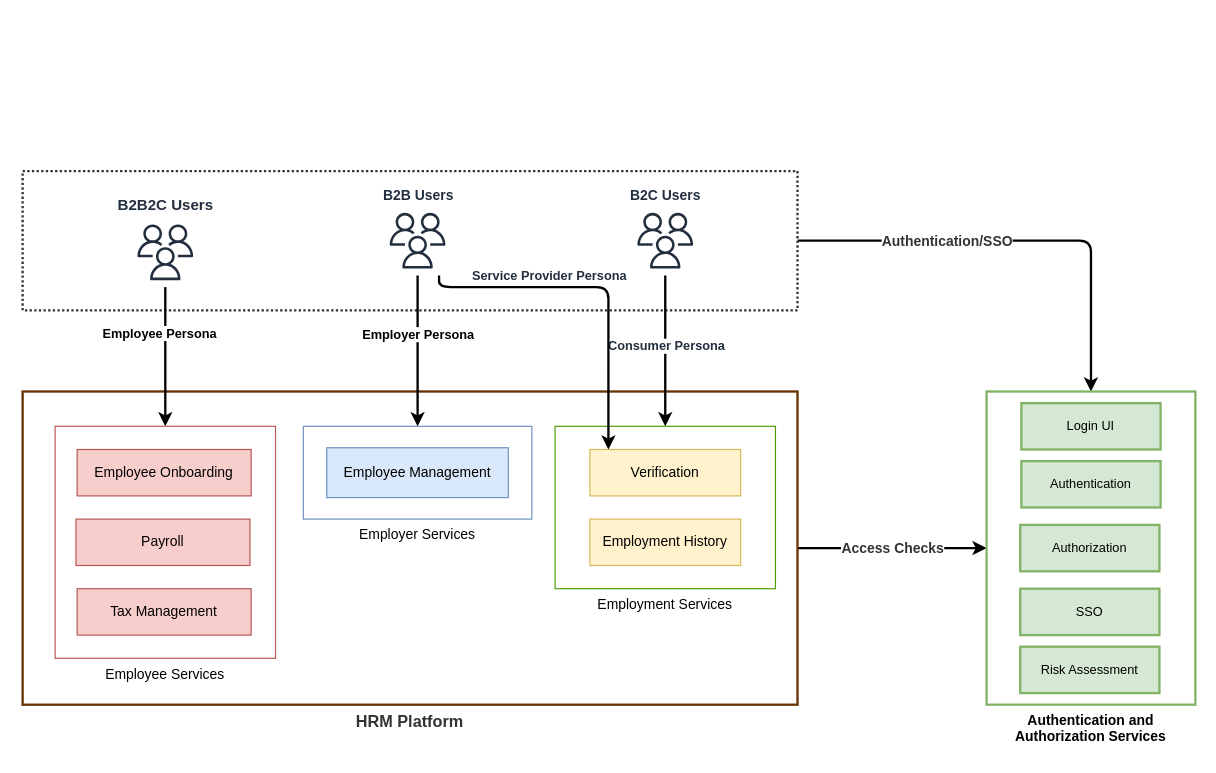
Earlier version of the draw.io diagram terraform/Logical-Context.drawio (radev-66/gcp-poc). Source tidied: cells renumbered, new cells numbered last; positions are measured from the earlier drawing's top-left corner, leaving out a move shared by most shapes. Both pictures are drawn from the tidied source at 116%, with x=0, y=0 at pixel (22, 171).
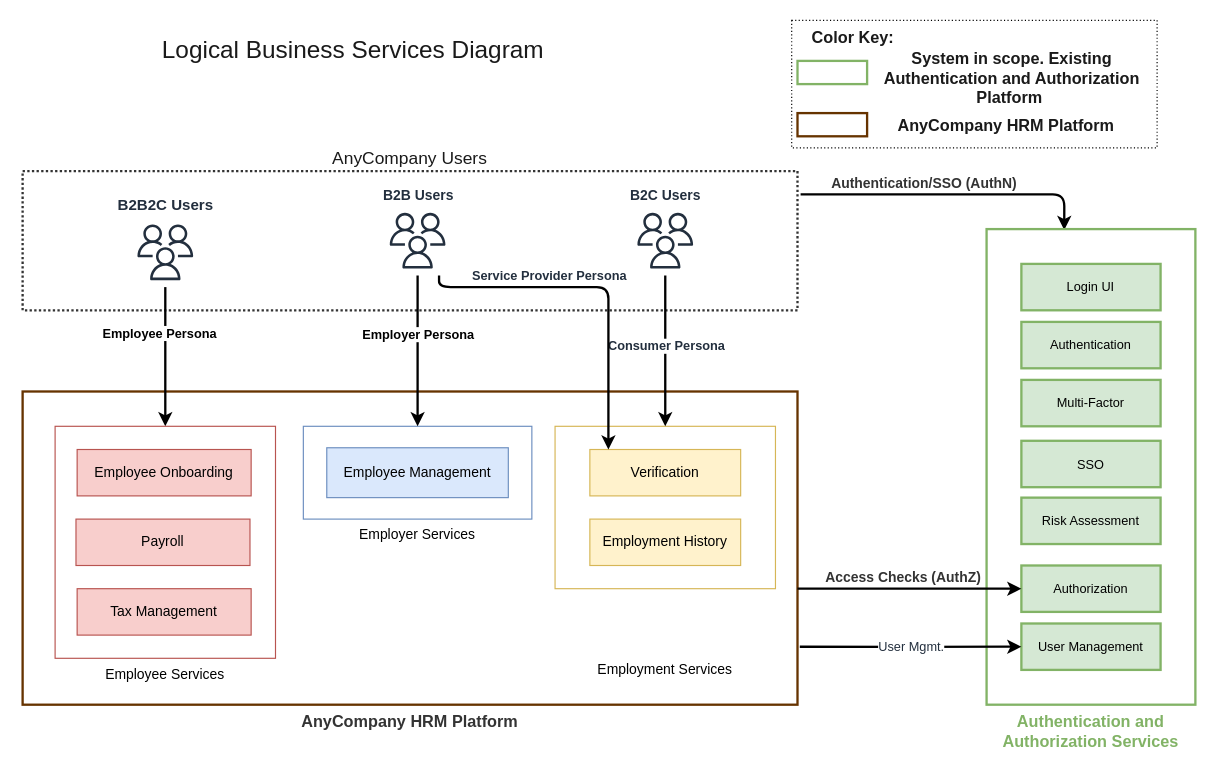
The same diagram, later.

What changed in the source:
```diff
@@
-    <mxCell id="2" style="edgeStyle=orthogonalEdgeStyle;rounded=1;jettySize=auto;html=1;exitX=1;exitY=0.5;exitDx=0;exitDy=0;entryX=0.5;entryY=0;entryDx=0;entryDy=0;labelBackgroundColor=default;fontFamily=Helvetica;fontSize=14;fontColor=#82B366;startArrow=none;startFill=0;endArrow=classic;strokeColor=default;strokeWidth=2;" parent="1" edge="1" source="4" target="26">
-      <mxGeometry relative="1" as="geometry" />
+    <mxCell id="2" style="edgeStyle=orthogonalEdgeStyle;rounded=1;jettySize=auto;html=1;exitX=1.004;exitY=0.167;exitDx=0;exitDy=0;entryX=0.372;entryY=0.002;entryDx=0;entryDy=0;labelBackgroundColor=default;fontFamily=Helvetica;fontSize=14;fontColor=#82B366;startArrow=none;startFill=0;endArrow=classic;strokeColor=default;strokeWidth=2;entryPerimeter=0;exitPerimeter=0;" parent="1" edge="1" source="4" target="26">
+      <mxGeometry relative="1" as="geometry">
+        <Array as="points">
+          <mxPoint x="898" y="20" />
+        </Array>
+      </mxGeometry>
     </mxCell>
-    <mxCell id="3" value="&lt;font style=&quot;font-size: 12px;&quot; color=&quot;#333333&quot;&gt;Authentication/SSO&lt;/font&gt;" style="edgeLabel;html=1;align=center;verticalAlign=middle;fontSize=12;fontFamily=Helvetica;fontColor=#82B366;fontStyle=1;" parent="2" vertex="1">
-      <mxGeometry x="-0.33" relative="1" as="geometry" />
+    <mxCell id="3" value="&lt;font style=&quot;font-size: 12px&quot; color=&quot;#333333&quot;&gt;Authentication/SSO (AuthN)&lt;/font&gt;" style="edgeLabel;html=1;align=center;verticalAlign=middle;fontSize=12;fontFamily=Helvetica;fontColor=#82B366;fontStyle=1;" parent="2" vertex="1">
+      <mxGeometry x="-0.33" relative="1" as="geometry">
+        <mxPoint x="20" y="-10" as="offset" />
+      </mxGeometry>
     </mxCell>
-    <mxCell id="4" style="rounded=0;whiteSpace=wrap;html=1;dashed=1;sketch=0;fontFamily=Helvetica;fontSize=11;fontColor=#82B366;strokeColor=#333333;strokeWidth=2;fillColor=#FFFFFF;gradientColor=#ffffff;dashPattern=1 1;" parent="1" vertex="1">
+    <mxCell id="4" value="&lt;font style=&quot;font-size: 15px&quot; color=&quot;#1a1a1a&quot;&gt;AnyCompany Users&lt;/font&gt;" style="rounded=0;whiteSpace=wrap;html=1;dashed=1;sketch=0;fontFamily=Helvetica;fontSize=11;fontColor=#82B366;strokeColor=#333333;strokeWidth=2;fillColor=#FFFFFF;gradientColor=#ffffff;dashPattern=1 1;labelPosition=center;verticalLabelPosition=top;align=center;verticalAlign=bottom;" parent="1" vertex="1">
       <mxGeometry width="668" height="120" as="geometry" />
     </mxCell>
@@
-    <mxCell id="7" style="edgeStyle=orthogonalEdgeStyle;rounded=1;jettySize=auto;html=1;exitX=1;exitY=0.5;exitDx=0;exitDy=0;entryX=0;entryY=0.5;entryDx=0;entryDy=0;labelBackgroundColor=default;fontFamily=Helvetica;fontSize=11;fontColor=#232F3E;endArrow=classic;strokeColor=default;strokeWidth=2;startArrow=none;startFill=0;" parent="1" edge="1" source="9" target="26">
-      <mxGeometry relative="1" as="geometry" />
-    </mxCell>
-    <mxCell id="8" value="Access Checks" style="edgeLabel;html=1;align=center;verticalAlign=middle;fontSize=12;fontFamily=Helvetica;fontColor=#333333;fontStyle=1;" parent="7" vertex="1">
-      <mxGeometry x="-0.28" y="1" relative="1" as="geometry">
-        <mxPoint x="22" y="1" as="offset" />
-      </mxGeometry>
-    </mxCell>
-    <mxCell id="9" value="HRM Platform" style="rounded=0;whiteSpace=wrap;html=1;fillColor=#FFFFFF;fontColor=#333333;strokeColor=#663300;strokeWidth=2;labelPosition=center;verticalLabelPosition=bottom;align=center;verticalAlign=top;fontStyle=1;fontSize=14;" parent="1" vertex="1">
+    <mxCell id="9" value="AnyCompany HRM Platform" style="rounded=0;whiteSpace=wrap;html=1;fillColor=#FFFFFF;fontColor=#333333;strokeColor=#663300;strokeWidth=2;labelPosition=center;verticalLabelPosition=bottom;align=center;verticalAlign=top;fontStyle=1;fontSize=14;" parent="1" vertex="1">
       <mxGeometry y="190" width="668" height="270" as="geometry" />
     </mxCell>
@@
-    <mxCell id="12" value="Employment Services" style="rounded=0;whiteSpace=wrap;html=1;labelPosition=center;verticalLabelPosition=bottom;align=center;verticalAlign=top;strokeColor=#4D9900;" parent="1" vertex="1">
+    <mxCell id="12" value="Employment Services" style="rounded=0;whiteSpace=wrap;html=1;labelPosition=center;verticalLabelPosition=bottom;align=center;verticalAlign=middle;strokeColor=#d6b656;fillColor=#FFFFFF;" parent="1" vertex="1">
       <mxGeometry x="459" y="220" width="190" height="140" as="geometry" />
     </mxCell>
@@
-    <mxCell id="26" value="Authentication and Authorization Services" style="rounded=0;whiteSpace=wrap;html=1;fillColor=#FFFFFF;strokeColor=#82b366;strokeWidth=2;labelPosition=center;verticalLabelPosition=bottom;align=center;verticalAlign=top;fontStyle=1;" parent="1" vertex="1">
-      <mxGeometry x="831" y="190" width="180" height="270" as="geometry" />
+    <mxCell id="26" value="&lt;font style=&quot;font-size: 14px&quot; color=&quot;#82b366&quot;&gt;Authentication and Authorization Services&lt;/font&gt;" style="rounded=0;whiteSpace=wrap;html=1;fillColor=#FFFFFF;strokeColor=#82b366;strokeWidth=2;labelPosition=center;verticalLabelPosition=bottom;align=center;verticalAlign=top;fontStyle=1;fontColor=#FF3333;" parent="1" vertex="1">
+      <mxGeometry x="831" y="50" width="180" height="410" as="geometry" />
     </mxCell>
     <mxCell id="27" value="Authentication" style="rounded=0;whiteSpace=wrap;html=1;dashed=0;sketch=0;fontFamily=Helvetica;fontSize=11;strokeColor=#82b366;strokeWidth=2;fillColor=#d5e8d4;" parent="1" vertex="1">
-      <mxGeometry x="861" y="250" width="120" height="40" as="geometry" />
+      <mxGeometry x="861" y="130" width="120" height="40" as="geometry" />
     </mxCell>
     <mxCell id="28" value="Authorization" style="rounded=0;whiteSpace=wrap;html=1;dashed=0;sketch=0;fontFamily=Helvetica;fontSize=11;strokeColor=#82b366;strokeWidth=2;fillColor=#d5e8d4;" parent="1" vertex="1">
-      <mxGeometry x="860" y="305" width="120" height="40" as="geometry" />
+      <mxGeometry x="861" y="340" width="120" height="40" as="geometry" />
     </mxCell>
     <mxCell id="29" value="SSO" style="rounded=0;whiteSpace=wrap;html=1;dashed=0;sketch=0;fontFamily=Helvetica;fontSize=11;strokeColor=#82b366;strokeWidth=2;fillColor=#d5e8d4;" parent="1" vertex="1">
-      <mxGeometry x="860" y="360" width="120" height="40" as="geometry" />
+      <mxGeometry x="861" y="232.5" width="120" height="40" as="geometry" />
     </mxCell>
     <mxCell id="30" value="Risk Assessment" style="rounded=0;whiteSpace=wrap;html=1;dashed=0;sketch=0;fontFamily=Helvetica;fontSize=11;strokeColor=#82b366;strokeWidth=2;fillColor=#d5e8d4;" parent="1" vertex="1">
-      <mxGeometry x="860" y="410" width="120" height="40" as="geometry" />
+      <mxGeometry x="861" y="281.5" width="120" height="40" as="geometry" />
     </mxCell>
     <mxCell id="31" value="Login UI" style="rounded=0;whiteSpace=wrap;html=1;dashed=0;sketch=0;fontFamily=Helvetica;fontSize=11;strokeColor=#82b366;strokeWidth=2;fillColor=#d5e8d4;" parent="1" vertex="1">
-      <mxGeometry x="861" y="200" width="120" height="40" as="geometry" />
+      <mxGeometry x="861" y="80" width="120" height="40" as="geometry" />
     </mxCell>
+    <mxCell id="32" value="Multi-Factor" style="rounded=0;whiteSpace=wrap;html=1;dashed=0;sketch=0;fontFamily=Helvetica;fontSize=11;strokeColor=#82b366;strokeWidth=2;fillColor=#d5e8d4;" parent="1" vertex="1">
+      <mxGeometry x="861" y="180" width="120" height="40" as="geometry" />
+    </mxCell>
+    <mxCell id="7" style="edgeStyle=orthogonalEdgeStyle;rounded=1;orthogonalLoop=1;jettySize=auto;html=1;labelBackgroundColor=default;fontFamily=Helvetica;fontSize=11;fontColor=#232F3E;endArrow=classic;strokeColor=default;strokeWidth=2;startArrow=none;startFill=0;" parent="1" edge="1">
+      <mxGeometry relative="1" as="geometry">
+        <mxPoint x="668" y="360" as="sourcePoint" />
+        <mxPoint x="861" y="360" as="targetPoint" />
+        <Array as="points">
+          <mxPoint x="668" y="360" />
+          <mxPoint x="861" y="360" />
+        </Array>
+      </mxGeometry>
+    </mxCell>
+    <mxCell id="8" value="Access Checks (AuthZ)" style="edgeLabel;html=1;align=center;verticalAlign=middle;fontSize=12;fontFamily=Helvetica;fontColor=#333333;fontStyle=1;" parent="7" vertex="1">
+      <mxGeometry x="-0.28" y="1" relative="1" as="geometry">
+        <mxPoint x="21" y="-9" as="offset" />
+      </mxGeometry>
+    </mxCell>
+    <mxCell id="33" value="User Management" style="rounded=0;whiteSpace=wrap;html=1;dashed=0;sketch=0;fontFamily=Helvetica;fontSize=11;strokeColor=#82b366;strokeWidth=2;fillColor=#d5e8d4;" parent="1" vertex="1">
+      <mxGeometry x="861" y="390" width="120" height="40" as="geometry" />
+    </mxCell>
+    <mxCell id="34" value="User Mgmt." style="edgeStyle=orthogonalEdgeStyle;rounded=1;jettySize=auto;html=1;fontSize=11;fontColor=#232F3E;exitX=1.003;exitY=0.815;exitDx=0;exitDy=0;exitPerimeter=0;strokeWidth=2;startArrow=none;startFill=0;" parent="1" edge="1" source="9" target="33">
+      <mxGeometry relative="1" as="geometry" />
+    </mxCell>
+    <mxCell id="35" style="rounded=0;whiteSpace=wrap;html=1;fontSize=14;fontColor=#FF3333;dashed=1;dashPattern=1 2;" parent="1" vertex="1">
+      <mxGeometry x="663" y="-130" width="315" height="110" as="geometry" />
+    </mxCell>
+    <mxCell id="36" value="&lt;font color=&quot;#1a1a1a&quot;&gt;Color Key:&amp;nbsp;&lt;/font&gt;" style="text;html=1;strokeColor=none;fillColor=none;align=center;verticalAlign=middle;whiteSpace=wrap;rounded=0;fontSize=14;fontColor=#FF3333;fontStyle=1;" parent="1" vertex="1">
+      <mxGeometry x="663" y="-130" width="110" height="30" as="geometry" />
+    </mxCell>
+    <mxCell id="37" value="&lt;font style=&quot;font-size: 21px&quot;&gt;Logical Business Services Diagram&amp;nbsp;&lt;/font&gt;" style="text;html=1;strokeColor=none;fillColor=none;align=center;verticalAlign=middle;whiteSpace=wrap;rounded=0;dashed=1;dashPattern=1 2;fontSize=14;fontColor=#1A1A1A;" parent="1" vertex="1">
+      <mxGeometry x="-2" y="-120" width="580" height="30" as="geometry" />
+    </mxCell>
+    <mxCell id="38" style="rounded=0;whiteSpace=wrap;html=1;fontSize=12;fontColor=#FF3333;verticalAlign=top;fillColor=#FFFFFF;strokeColor=#82b366;strokeWidth=2;fontStyle=1;" parent="1" vertex="1">
+      <mxGeometry x="668" y="-95" width="60" height="20" as="geometry" />
+    </mxCell>
+    <mxCell id="39" value="&lt;font color=&quot;#1a1a1a&quot;&gt;System in scope. Existing Authentication and Authorization Platform&amp;nbsp;&lt;/font&gt;" style="text;html=1;strokeColor=none;fillColor=none;align=center;verticalAlign=middle;whiteSpace=wrap;rounded=0;fontSize=14;fontColor=#FF3333;fontStyle=1;" parent="1" vertex="1">
+      <mxGeometry x="738" y="-100" width="230" height="40" as="geometry" />
+    </mxCell>
+    <mxCell id="40" style="rounded=0;whiteSpace=wrap;html=1;fontSize=14;fontColor=#333333;verticalAlign=top;fillColor=#FFFFFF;strokeColor=#663300;strokeWidth=2;fontStyle=1;" parent="1" vertex="1">
+      <mxGeometry x="668" y="-50" width="60" height="20" as="geometry" />
+    </mxCell>
+    <mxCell id="41" value="&lt;font color=&quot;#1a1a1a&quot;&gt;AnyCompany HRM Platform&lt;/font&gt;" style="text;html=1;strokeColor=none;fillColor=none;align=center;verticalAlign=middle;whiteSpace=wrap;rounded=0;fontSize=14;fontColor=#FF3333;fontStyle=1;" parent="1" vertex="1">
+      <mxGeometry x="748" y="-49" width="200" height="19" as="geometry" />
+    </mxCell>
```
